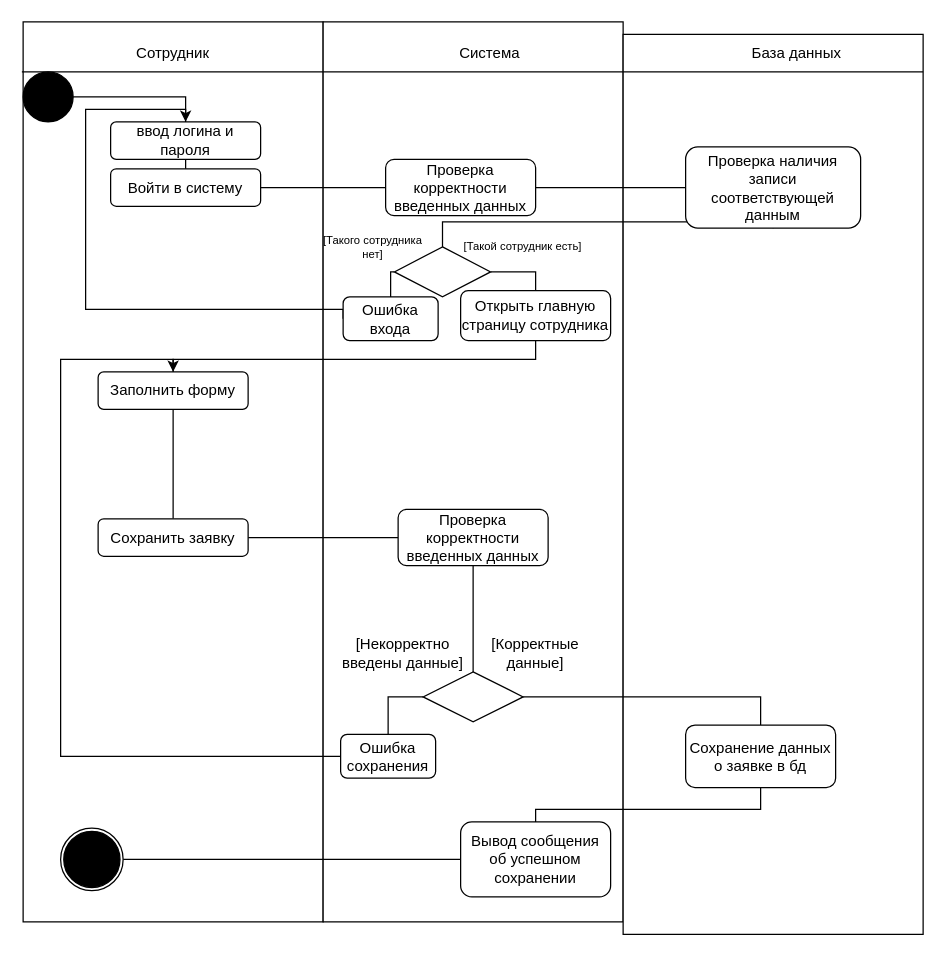
ghgghgghgghgghg/tetris keeps this draw.io diagram as page "Страница — 2" (2 of 5) of Задание 2.drawio. Above is the earlier version. Source tidied: cells renumbered, new cells numbered last; positions are measured from the earlier drawing's top-left corner, leaving out a move shared by most shapes. Both pictures are drawn from the tidied source at 125%, with x=0, y=0 at pixel (21, 21).
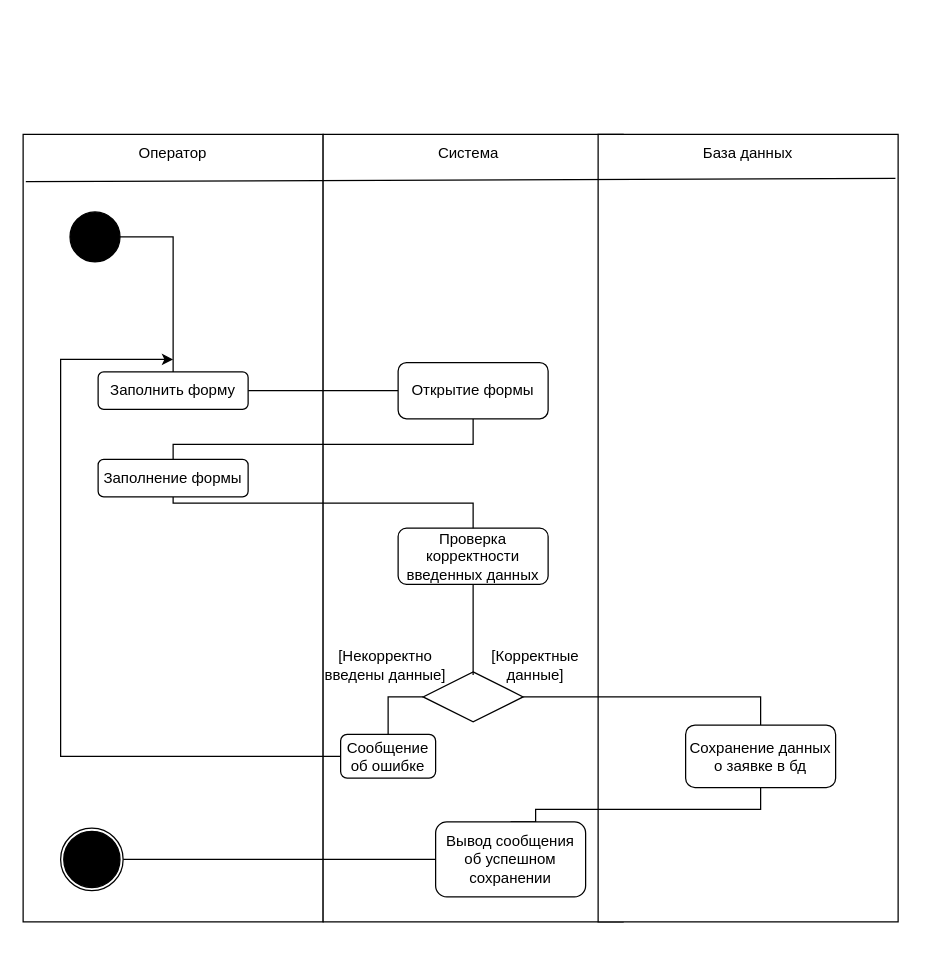
The same page after the edit.

Unchanged cells that the change refers to:
```xml
<mxCell id="13" value="Заполнить форму" style="rounded=1;whiteSpace=wrap;html=1;" parent="1" vertex="1">
  <mxGeometry x="61" y="280" width="120" height="30" as="geometry" />
</mxCell>
<mxCell id="16" style="rhombus;whiteSpace=wrap;html=1;" parent="1" vertex="1">
  <mxGeometry x="321" y="520" width="80" height="40" as="geometry" />
</mxCell>
```

Change to the diagram source:
```diff
@@
     <mxCell id="2" style="rounded=0;whiteSpace=wrap;html=1;" parent="1" vertex="1">
-      <mxGeometry x="1" width="240" height="720" as="geometry" />
+      <mxGeometry x="1" y="90" width="240" height="630" as="geometry" />
     </mxCell>
     <mxCell id="3" style="rounded=0;whiteSpace=wrap;html=1;" parent="1" vertex="1">
-      <mxGeometry x="241" width="240" height="720" as="geometry" />
+      <mxGeometry x="241" y="90" width="240" height="630" as="geometry" />
     </mxCell>
     <mxCell id="4" style="rounded=0;whiteSpace=wrap;html=1;" parent="1" vertex="1">
-      <mxGeometry x="481" y="10" width="240" height="720" as="geometry" />
+      <mxGeometry x="461" y="90" width="240" height="630" as="geometry" />
     </mxCell>
-    <mxCell id="5" value="Сотрудник" style="text;html=1;align=center;verticalAlign=middle;whiteSpace=wrap;rounded=0;" parent="1" vertex="1">
-      <mxGeometry x="91" y="10" width="60" height="30" as="geometry" />
+    <mxCell id="5" value="Оператор" style="text;html=1;align=center;verticalAlign=middle;whiteSpace=wrap;rounded=0;" parent="1" vertex="1">
+      <mxGeometry x="91" y="90" width="60" height="30" as="geometry" />
     </mxCell>
     <mxCell id="6" value="Система" style="text;html=1;align=center;verticalAlign=middle;whiteSpace=wrap;rounded=0;" parent="1" vertex="1">
-      <mxGeometry x="331" y="10" width="87" height="30" as="geometry" />
+      <mxGeometry x="314" y="90" width="87" height="30" as="geometry" />
     </mxCell>
     <mxCell id="7" value="База данных" style="text;html=1;align=center;verticalAlign=middle;whiteSpace=wrap;rounded=0;" parent="1" vertex="1">
-      <mxGeometry x="557.5" y="10" width="123.5" height="30" as="geometry" />
+      <mxGeometry x="519.2" y="90" width="123.5" height="30" as="geometry" />
     </mxCell>
     <mxCell id="8" style="verticalLabelPosition=bottom;verticalAlign=top;html=1;shape=mxgraph.flowchart.on-page_reference;color = black;fillColor=#000000;" parent="1" vertex="1">
-      <mxGeometry x="1" y="40" width="40" height="40" as="geometry" />
+      <mxGeometry x="38.5" y="152" width="40" height="40" as="geometry" />
     </mxCell>
-    <mxCell id="9" style="endArrow=none;html=1;rounded=0;" parent="1" edge="1">
-      <mxGeometry relative="1" as="geometry">
-        <mxPoint y="40" as="sourcePoint" />
-        <mxPoint x="721" y="40" as="targetPoint" />
-      </mxGeometry>
+    <mxCell id="9" style="endArrow=none;html=1;rounded=0;entryX=0.991;entryY=0.056;entryDx=0;entryDy=0;entryPerimeter=0;exitX=0.009;exitY=0.06;exitDx=0;exitDy=0;exitPerimeter=0;" parent="1" edge="1" source="2" target="4">
+      <mxGeometry relative="1" as="geometry" />
     </mxCell>
-    <mxCell id="10" style="edgeStyle=orthogonalEdgeStyle;rounded=0;jettySize=auto;html=1;exitX=1;exitY=0.5;exitDx=0;exitDy=0;entryX=0;entryY=0.5;entryDx=0;entryDy=0;endArrow=none;endFill=0;" parent="1" edge="1" source="11" target="42">
-      <mxGeometry relative="1" as="geometry" />
-    </mxCell>
-    <mxCell id="11" value="Войти в систему" style="rounded=1;whiteSpace=wrap;html=1;" parent="1" vertex="1">
-      <mxGeometry x="71" y="117.5" width="120" height="30" as="geometry" />
-    </mxCell>
-    <mxCell id="12" style="edgeStyle=orthogonalEdgeStyle;rounded=0;jettySize=auto;html=1;exitX=0.5;exitY=1;exitDx=0;exitDy=0;endArrow=none;endFill=0;" parent="1" edge="1" source="13" target="40">
-      <mxGeometry relative="1" as="geometry" />
-    </mxCell>
+    <mxCell id="47" style="edgeStyle=orthogonalEdgeStyle;rounded=0;jettySize=auto;html=1;exitX=1;exitY=0.5;exitDx=0;exitDy=0;entryX=0;entryY=0.5;entryDx=0;entryDy=0;endArrow=none;endFill=0;" parent="1" edge="1" source="13" target="51">
+      <mxGeometry relative="1" as="geometry" />
+    </mxCell>
@@
-    <mxCell id="17" value="Ошибка сохранения" style="rounded=1;whiteSpace=wrap;html=1;" parent="1" vertex="1">
+    <mxCell id="17" value="Сообщение об ошибке" style="rounded=1;whiteSpace=wrap;html=1;" parent="1" vertex="1">
       <mxGeometry x="255" y="570" width="76" height="35" as="geometry" />
     </mxCell>
     <mxCell id="18" value="[Некорректно введены данные]" style="text;html=1;align=center;verticalAlign=middle;whiteSpace=wrap;rounded=0;" parent="1" vertex="1">
-      <mxGeometry x="255" y="490" width="100" height="30" as="geometry" />
+      <mxGeometry x="241" y="500" width="100" height="30" as="geometry" />
     </mxCell>
     <mxCell id="19" value="[Корректные данные]" style="text;html=1;align=center;verticalAlign=middle;whiteSpace=wrap;rounded=0;" parent="1" vertex="1">
-      <mxGeometry x="361" y="490" width="100" height="30" as="geometry" />
+      <mxGeometry x="361" y="500" width="100" height="30" as="geometry" />
     </mxCell>
@@
     <mxCell id="23" value="Вывод сообщения об успешном сохранении" style="rounded=1;whiteSpace=wrap;html=1;" parent="1" vertex="1">
-      <mxGeometry x="351" y="640" width="120" height="60" as="geometry" />
+      <mxGeometry x="331" y="640" width="120" height="60" as="geometry" />
     </mxCell>
@@
-    <mxCell id="26" style="edgeStyle=segmentEdgeStyle;endArrow=none;html=1;curved=0;rounded=0;endSize=8;startSize=8;exitX=1;exitY=0.5;exitDx=0;exitDy=0;exitPerimeter=0;entryX=0.5;entryY=0;entryDx=0;entryDy=0;endFill=0;" parent="1" edge="1" source="8" target="35">
+    <mxCell id="26" style="edgeStyle=segmentEdgeStyle;endArrow=none;html=1;curved=0;rounded=0;endSize=8;startSize=8;exitX=1;exitY=0.5;exitDx=0;exitDy=0;exitPerimeter=0;entryX=0.5;entryY=0;entryDx=0;entryDy=0;endFill=0;" parent="1" edge="1" source="8" target="13">
       <mxGeometry relative="1" as="geometry" />
     </mxCell>
-    <mxCell id="27" style="edgeStyle=orthogonalEdgeStyle;rounded=0;jettySize=auto;html=1;exitX=0.5;exitY=1;exitDx=0;exitDy=0;entryX=0.5;entryY=0;entryDx=0;entryDy=0;endArrow=none;endFill=0;" parent="1" edge="1" source="28" target="31">
-      <mxGeometry relative="1" as="geometry">
-        <Array as="points">
-          <mxPoint x="601" y="160" />
-          <mxPoint x="337" y="160" />
-        </Array>
-      </mxGeometry>
-    </mxCell>
-    <mxCell id="28" value="Проверка наличия записи соответствующей данным" style="rounded=1;whiteSpace=wrap;html=1;" parent="1" vertex="1">
-      <mxGeometry x="531" y="100" width="140" height="65" as="geometry" />
-    </mxCell>
-    <mxCell id="29" style="edgeStyle=orthogonalEdgeStyle;rounded=0;jettySize=auto;html=1;exitX=1;exitY=0.5;exitDx=0;exitDy=0;endArrow=none;endFill=0;" parent="1" edge="1" source="31" target="33">
-      <mxGeometry relative="1" as="geometry">
-        <Array as="points">
-          <mxPoint x="411" y="200" />
-        </Array>
-      </mxGeometry>
-    </mxCell>
-    <mxCell id="30" style="edgeStyle=orthogonalEdgeStyle;rounded=0;jettySize=auto;html=1;exitX=0;exitY=0.5;exitDx=0;exitDy=0;entryX=0.5;entryY=0;entryDx=0;entryDy=0;endArrow=none;endFill=0;" parent="1" edge="1" source="31" target="37">
-      <mxGeometry relative="1" as="geometry" />
-    </mxCell>
-    <mxCell id="31" style="rhombus;whiteSpace=wrap;html=1;" parent="1" vertex="1">
-      <mxGeometry x="298" y="180" width="77" height="40" as="geometry" />
-    </mxCell>
-    <mxCell id="32" style="edgeStyle=orthogonalEdgeStyle;rounded=0;jettySize=auto;html=1;exitX=0.5;exitY=1;exitDx=0;exitDy=0;entryX=0.5;entryY=0;entryDx=0;entryDy=0;endArrow=none;endFill=0;" parent="1" edge="1" source="33" target="13">
-      <mxGeometry relative="1" as="geometry">
-        <Array as="points">
-          <mxPoint x="411" y="270" />
-          <mxPoint x="121" y="270" />
-        </Array>
-      </mxGeometry>
-    </mxCell>
-    <mxCell id="33" value="Открыть главную страницу сотрудника" style="rounded=1;whiteSpace=wrap;html=1;" parent="1" vertex="1">
-      <mxGeometry x="351" y="215" width="120" height="40" as="geometry" />
-    </mxCell>
-    <mxCell id="34" style="edgeStyle=orthogonalEdgeStyle;rounded=0;jettySize=auto;html=1;exitX=0.5;exitY=1;exitDx=0;exitDy=0;entryX=0.5;entryY=0;entryDx=0;entryDy=0;endArrow=none;endFill=0;" parent="1" edge="1" source="35" target="11">
-      <mxGeometry relative="1" as="geometry" />
-    </mxCell>
-    <mxCell id="35" value="ввод логина и пароля" style="rounded=1;whiteSpace=wrap;html=1;" parent="1" vertex="1">
-      <mxGeometry x="71" y="80" width="120" height="30" as="geometry" />
-    </mxCell>
-    <mxCell id="36" style="edgeStyle=orthogonalEdgeStyle;rounded=0;jettySize=auto;html=1;exitX=0;exitY=0.5;exitDx=0;exitDy=0;entryX=0.5;entryY=0;entryDx=0;entryDy=0;endArrow=classic;endFill=1;" parent="1" edge="1" source="37" target="35">
-      <mxGeometry relative="1" as="geometry">
-        <Array as="points">
-          <mxPoint x="51" y="230" />
-          <mxPoint x="51" y="70" />
-        </Array>
-      </mxGeometry>
-    </mxCell>
-    <mxCell id="37" value="Ошибка входа" style="rounded=1;whiteSpace=wrap;html=1;" parent="1" vertex="1">
-      <mxGeometry x="257" y="220" width="76" height="35" as="geometry" />
-    </mxCell>
-    <mxCell id="38" style="edgeStyle=orthogonalEdgeStyle;rounded=0;jettySize=auto;html=1;exitX=0;exitY=0.5;exitDx=0;exitDy=0;endArrow=classic;endFill=1;entryX=0.5;entryY=0;entryDx=0;entryDy=0;" parent="1" edge="1" source="17" target="13">
+    <mxCell id="38" style="edgeStyle=orthogonalEdgeStyle;rounded=0;jettySize=auto;html=1;exitX=0;exitY=0.5;exitDx=0;exitDy=0;endArrow=classic;endFill=1;" parent="1" edge="1" source="17">
       <mxGeometry relative="1" as="geometry">
+        <mxPoint x="121" y="270" as="targetPoint" />
         <Array as="points">
           <mxPoint x="31" y="588" />
           <mxPoint x="31" y="270" />
           <mxPoint x="121" y="270" />
         </Array>
       </mxGeometry>
     </mxCell>
-    <mxCell id="39" style="edgeStyle=orthogonalEdgeStyle;rounded=0;jettySize=auto;html=1;exitX=1;exitY=0.5;exitDx=0;exitDy=0;entryX=0;entryY=0.5;entryDx=0;entryDy=0;endArrow=none;endFill=0;" parent="1" edge="1" source="40" target="46">
-      <mxGeometry relative="1" as="geometry" />
-    </mxCell>
-    <mxCell id="40" value="Сохранить заявку" style="rounded=1;whiteSpace=wrap;html=1;" parent="1" vertex="1">
-      <mxGeometry x="61" y="397.5" width="120" height="30" as="geometry" />
-    </mxCell>
-    <mxCell id="41" style="edgeStyle=orthogonalEdgeStyle;rounded=0;jettySize=auto;html=1;exitX=1;exitY=0.5;exitDx=0;exitDy=0;entryX=0;entryY=0.5;entryDx=0;entryDy=0;endArrow=none;endFill=0;" parent="1" edge="1" source="42" target="28">
-      <mxGeometry relative="1" as="geometry" />
-    </mxCell>
-    <mxCell id="42" value="Проверка корректности введенных данных" style="rounded=1;whiteSpace=wrap;html=1;" parent="1" vertex="1">
-      <mxGeometry x="291" y="110" width="120" height="45" as="geometry" />
-    </mxCell>
-    <mxCell id="43" value="[Такого сотрудника нет]" style="text;html=1;align=center;verticalAlign=middle;whiteSpace=wrap;rounded=0;fontSize=9;" parent="1" vertex="1">
-      <mxGeometry x="231" y="165" width="100" height="30" as="geometry" />
-    </mxCell>
-    <mxCell id="44" value="[Такой сотрудник есть]" style="text;html=1;align=center;verticalAlign=middle;whiteSpace=wrap;rounded=0;fontSize=9;" parent="1" vertex="1">
-      <mxGeometry x="351" y="165" width="100" height="30" as="geometry" />
-    </mxCell>
-    <mxCell id="45" style="edgeStyle=orthogonalEdgeStyle;rounded=0;jettySize=auto;html=1;exitX=0.5;exitY=1;exitDx=0;exitDy=0;entryX=0.5;entryY=0;entryDx=0;entryDy=0;endArrow=none;endFill=0;" parent="1" edge="1" source="46" target="16">
-      <mxGeometry relative="1" as="geometry" />
-    </mxCell>
+    <mxCell id="48" style="edgeStyle=orthogonalEdgeStyle;rounded=0;jettySize=auto;html=1;exitX=0.5;exitY=1;exitDx=0;exitDy=0;entryX=0;entryY=0.75;entryDx=0;entryDy=0;endArrow=none;endFill=0;" parent="1" edge="1" source="46" target="19">
+      <mxGeometry relative="1" as="geometry">
+        <Array as="points">
+          <mxPoint x="361" y="500" />
+          <mxPoint x="361" y="500" />
+        </Array>
+      </mxGeometry>
+    </mxCell>
     <mxCell id="46" value="Проверка корректности введенных данных" style="rounded=1;whiteSpace=wrap;html=1;" parent="1" vertex="1">
-      <mxGeometry x="301" y="390" width="120" height="45" as="geometry" />
+      <mxGeometry x="301" y="405" width="120" height="45" as="geometry" />
     </mxCell>
+    <mxCell id="49" style="edgeStyle=orthogonalEdgeStyle;rounded=0;orthogonalLoop=1;jettySize=auto;html=1;exitX=0.5;exitY=1;exitDx=0;exitDy=0;" parent="1" edge="1" source="4" target="4">
+      <mxGeometry relative="1" as="geometry" />
+    </mxCell>
+    <mxCell id="50" style="edgeStyle=orthogonalEdgeStyle;rounded=0;jettySize=auto;html=1;exitX=0.5;exitY=1;exitDx=0;exitDy=0;endArrow=none;endFill=0;" parent="1" edge="1" source="51" target="53">
+      <mxGeometry relative="1" as="geometry">
+        <Array as="points">
+          <mxPoint x="361" y="338" />
+          <mxPoint x="121" y="338" />
+        </Array>
+      </mxGeometry>
+    </mxCell>
+    <mxCell id="51" value="Открытие формы" style="rounded=1;whiteSpace=wrap;html=1;" parent="1" vertex="1">
+      <mxGeometry x="301" y="272.5" width="120" height="45" as="geometry" />
+    </mxCell>
+    <mxCell id="52" style="edgeStyle=orthogonalEdgeStyle;rounded=0;jettySize=auto;html=1;exitX=0.5;exitY=1;exitDx=0;exitDy=0;entryX=0.5;entryY=0;entryDx=0;entryDy=0;endArrow=none;endFill=0;" parent="1" edge="1" source="53" target="46">
+      <mxGeometry relative="1" as="geometry">
+        <Array as="points">
+          <mxPoint x="121" y="385" />
+          <mxPoint x="361" y="385" />
+        </Array>
+      </mxGeometry>
+    </mxCell>
+    <mxCell id="53" value="Заполнение формы" style="rounded=1;whiteSpace=wrap;html=1;" parent="1" vertex="1">
+      <mxGeometry x="61" y="350" width="120" height="30" as="geometry" />
+    </mxCell>
```
